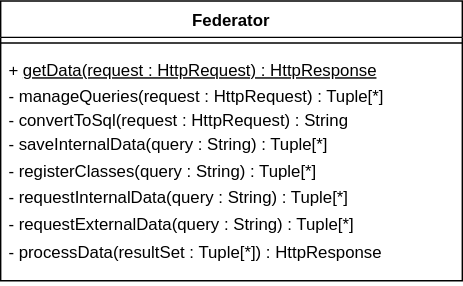
This is Storage/TeamOneFiles/federator_class_diagram.drawio.svg from MckennahPalmer/CSE430, a draw.io export, as it was before one commit. Source tidied: cells renumbered, new cells last; positions are measured from the earlier drawing's top-left corner, leaving out a move shared by most shapes.
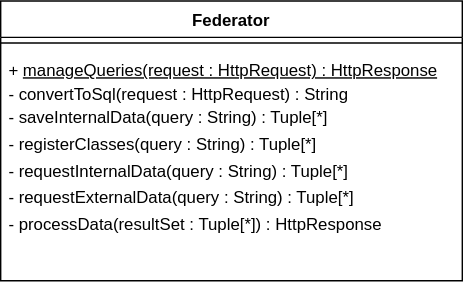
Above is the later version.

What changed in the source:
```diff
@@ -8,7 +8,7 @@
     <mxCell id="3" style="line;strokeWidth=1;fillColor=none;align=left;verticalAlign=middle;spacingTop=-1;spacingLeft=3;spacingRight=3;labelPosition=right;strokeColor=inherit;" parent="2" vertex="1">
       <mxGeometry y="26" width="330" height="8" as="geometry" />
     </mxCell>
-    <mxCell id="4" value="&lt;div style=&quot;line-height: 160%;&quot;&gt;+ &lt;u&gt;getData(request : HttpRequest) : HttpResponse&lt;/u&gt;&lt;/div&gt;&lt;div style=&quot;line-height: 160%;&quot;&gt;- manageQueries(request : HttpRequest) : Tuple[*]&lt;/div&gt;- convertToSql(request : HttpRequest) : String&lt;div style=&quot;line-height: 160%;&quot;&gt;- saveInternalData(query : String) : Tuple[*]&lt;br&gt;&lt;div style=&quot;line-height: 160%;&quot;&gt;- registerClasses(query : String) : Tuple[*]&lt;/div&gt;&lt;div style=&quot;line-height: 160%;&quot;&gt;- requestInternalData(query : String) : Tuple[*]&lt;/div&gt;&lt;div style=&quot;line-height: 160%;&quot;&gt;- requestExternalData(query : String) : Tuple[*]&lt;/div&gt;&lt;div style=&quot;line-height: 160%;&quot;&gt;- processData(resultSet : Tuple[*]) : HttpResponse&lt;/div&gt;&lt;/div&gt;" style="text;strokeColor=none;fillColor=none;align=left;verticalAlign=top;spacingLeft=4;spacingRight=4;overflow=hidden;whiteSpace=wrap;html=1;" parent="2" vertex="1">
+    <mxCell id="4" value="&lt;div style=&quot;line-height: 160%;&quot;&gt;&lt;span style=&quot;background-color: initial;&quot;&gt;+&amp;nbsp;&lt;u&gt;manageQueries(request : HttpRequest) : HttpResponse&lt;/u&gt;&lt;/span&gt;&lt;br&gt;&lt;/div&gt;- convertToSql(request : HttpRequest) : String&lt;div style=&quot;line-height: 160%;&quot;&gt;- saveInternalData(query : String) : Tuple[*]&lt;br&gt;&lt;div style=&quot;line-height: 160%;&quot;&gt;- registerClasses(query : String) : Tuple[*]&lt;/div&gt;&lt;div style=&quot;line-height: 160%;&quot;&gt;- requestInternalData(query : String) : Tuple[*]&lt;/div&gt;&lt;div style=&quot;line-height: 160%;&quot;&gt;- requestExternalData(query : String) : Tuple[*]&lt;/div&gt;&lt;div style=&quot;line-height: 160%;&quot;&gt;- processData(resultSet : Tuple[*]) : HttpResponse&lt;/div&gt;&lt;/div&gt;" style="text;strokeColor=none;fillColor=none;align=left;verticalAlign=top;spacingLeft=4;spacingRight=4;overflow=hidden;whiteSpace=wrap;html=1;" parent="2" vertex="1">
       <mxGeometry y="34" width="330" height="166" as="geometry" />
     </mxCell>
   </root>
```
